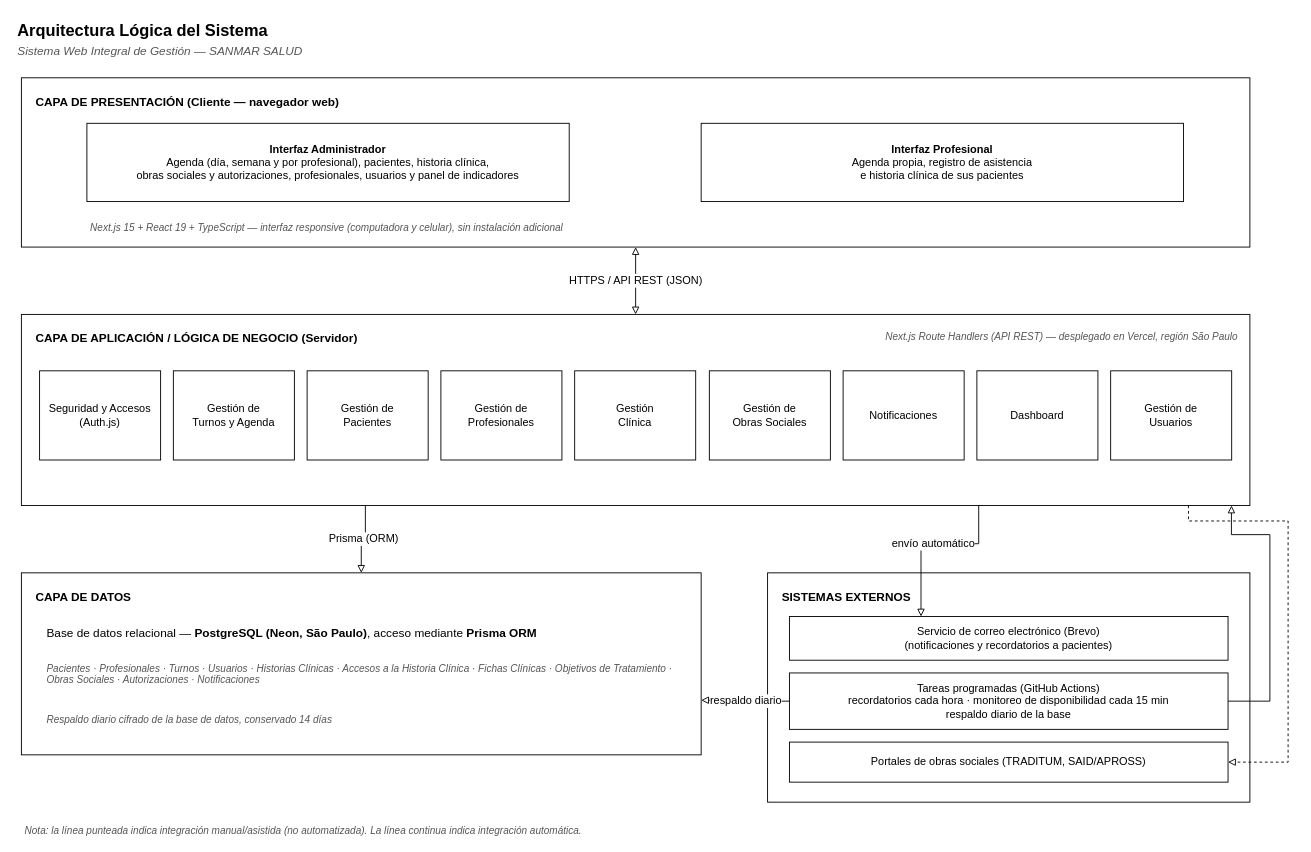
Matiglorioso/kineturnos keeps this draw.io diagram as docs/diagramas/arquitectura.drawio. Above is the earlier version. Source tidied: cells renumbered, new cells numbered last; positions are measured from the earlier drawing's top-left corner, leaving out a move shared by most shapes. Both pictures are drawn from the tidied source at 91%, with x=0, y=0 at pixel (15, 15).
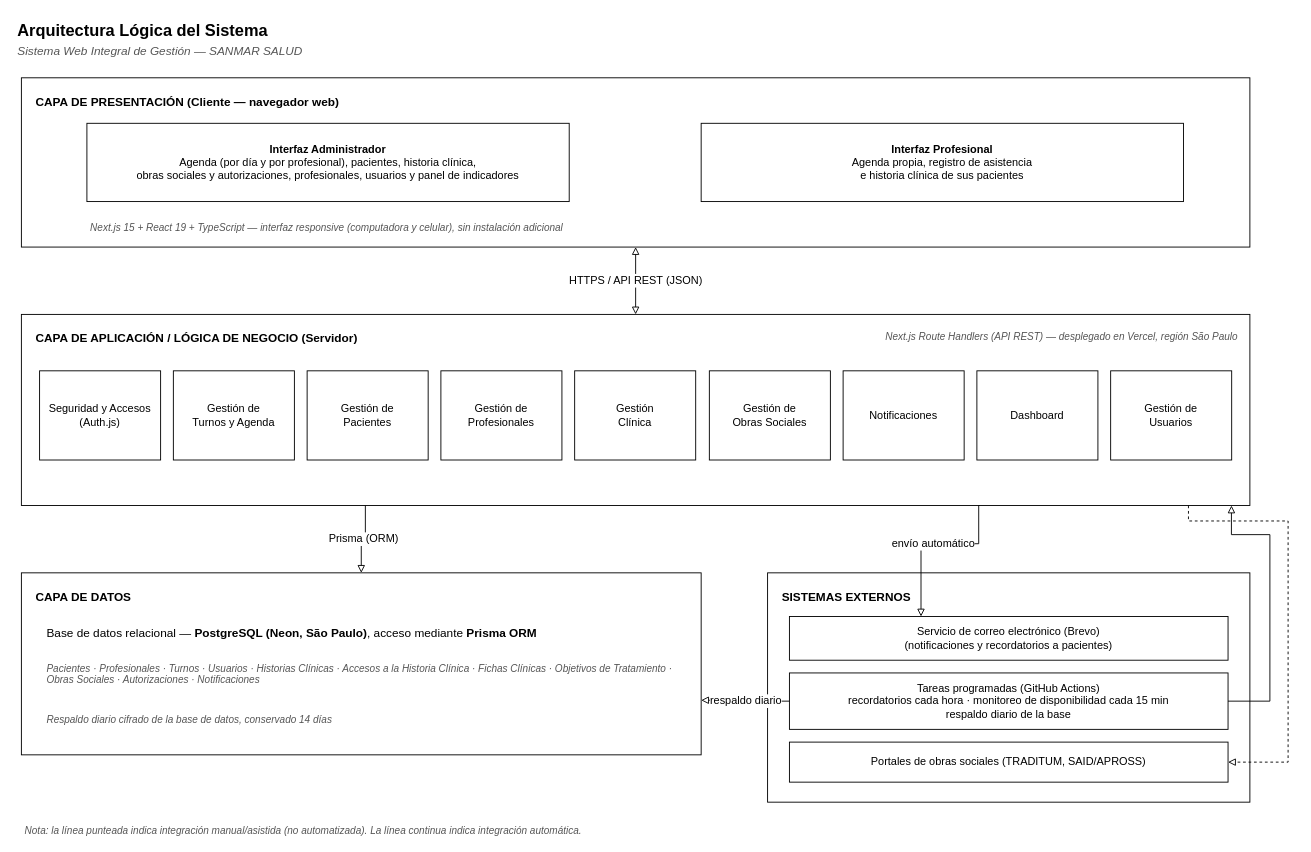
Above is the later version.

Change to the diagram source:
```diff
@@
-    <mxCell id="6" value="&lt;b&gt;Interfaz Administrador&lt;/b&gt;&lt;br&gt;Agenda (día, semana y por profesional), pacientes, historia clínica,&lt;br&gt;obras sociales y autorizaciones, profesionales, usuarios y panel de indicadores" style="rounded=0;whiteSpace=wrap;html=1;fillColor=#FFFFFF;strokeColor=#000000;fontFamily=Helvetica;fontSize=12;" parent="1" vertex="1">
+    <mxCell id="6" value="&lt;b&gt;Interfaz Administrador&lt;/b&gt;&lt;br&gt;Agenda (por día y por profesional), pacientes, historia clínica,&lt;br&gt;obras sociales y autorizaciones, profesionales, usuarios y panel de indicadores" style="rounded=0;whiteSpace=wrap;html=1;fillColor=#FFFFFF;strokeColor=#000000;fontFamily=Helvetica;fontSize=12;" parent="1" vertex="1">
       <mxGeometry x="78" y="118" width="530" height="86" as="geometry" />
     </mxCell>
```
